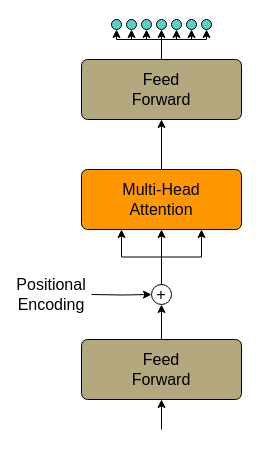
Above: report/attention classifier.drawio in brn-dev/mlpc-ue-2023-team-ugly (draw.io), before the change. Source tidied: cells renumbered, new cells numbered last; positions are measured from the earlier drawing's top-left corner, leaving out a move shared by most shapes. Both pictures are drawn from the tidied source at 100%, with x=0, y=0 at pixel (21, 19).
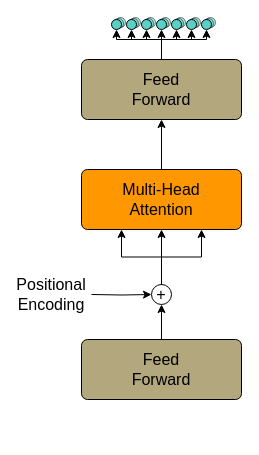
Above is the later version.

The change refers to these unchanged cells:
```xml
<mxCell id="5" value="Feed&lt;br&gt;Forward" style="rounded=1;whiteSpace=wrap;html=1;arcSize=10;strokeColor=#000000;fillColor=#B3A77D;fontSize=16;" parent="1" vertex="1">
  <mxGeometry x="60" y="320" width="160" height="60" as="geometry" />
</mxCell>
```

The edit, as a diff of the source:
```diff
@@
+    <mxCell id="28" style="ellipse;whiteSpace=wrap;html=1;strokeColor=#000000;fontSize=16;fillColor=#59D1C6;fillOpacity=50;strokeOpacity=50;" parent="1" vertex="1">
+      <mxGeometry x="139" y="-2" width="10" height="10" as="geometry" />
+    </mxCell>
+    <mxCell id="29" style="ellipse;whiteSpace=wrap;html=1;strokeColor=#000000;fontSize=16;fillColor=#59D1C6;fillOpacity=50;strokeOpacity=50;" parent="1" vertex="1">
+      <mxGeometry x="154" y="-2" width="10" height="10" as="geometry" />
+    </mxCell>
+    <mxCell id="30" style="ellipse;whiteSpace=wrap;html=1;strokeColor=#000000;fontSize=16;fillColor=#59D1C6;fillOpacity=50;strokeOpacity=50;" parent="1" vertex="1">
+      <mxGeometry x="124" y="-2" width="10" height="10" as="geometry" />
+    </mxCell>
+    <mxCell id="31" style="ellipse;whiteSpace=wrap;html=1;strokeColor=#000000;fontSize=16;fillColor=#59D1C6;fillOpacity=50;strokeOpacity=50;" parent="1" vertex="1">
+      <mxGeometry x="109" y="-2" width="10" height="10" as="geometry" />
+    </mxCell>
+    <mxCell id="32" style="ellipse;whiteSpace=wrap;html=1;strokeColor=#000000;fontSize=16;fillColor=#59D1C6;fillOpacity=50;strokeOpacity=50;" parent="1" vertex="1">
+      <mxGeometry x="94" y="-2" width="10" height="10" as="geometry" />
+    </mxCell>
+    <mxCell id="33" style="ellipse;whiteSpace=wrap;html=1;strokeColor=#000000;fontSize=16;fillColor=#59D1C6;fillOpacity=50;strokeOpacity=50;" parent="1" vertex="1">
+      <mxGeometry x="169" y="-2" width="10" height="10" as="geometry" />
+    </mxCell>
+    <mxCell id="34" style="ellipse;whiteSpace=wrap;html=1;strokeColor=#000000;fontSize=16;fillColor=#59D1C6;fillOpacity=50;strokeOpacity=50;" parent="1" vertex="1">
+      <mxGeometry x="184" y="-2" width="10" height="10" as="geometry" />
+    </mxCell>
+    <mxCell id="35" style="ellipse;whiteSpace=wrap;html=1;strokeColor=#000000;fontSize=16;fillColor=#59D1C6;fillOpacity=50;strokeOpacity=50;" parent="1" vertex="1">
+      <mxGeometry x="137" y="-1" width="10" height="10" as="geometry" />
+    </mxCell>
+    <mxCell id="36" style="ellipse;whiteSpace=wrap;html=1;strokeColor=#000000;fontSize=16;fillColor=#59D1C6;fillOpacity=50;strokeOpacity=50;" parent="1" vertex="1">
+      <mxGeometry x="152" y="-1" width="10" height="10" as="geometry" />
+    </mxCell>
+    <mxCell id="37" style="ellipse;whiteSpace=wrap;html=1;strokeColor=#000000;fontSize=16;fillColor=#59D1C6;fillOpacity=50;strokeOpacity=50;" parent="1" vertex="1">
+      <mxGeometry x="122" y="-1" width="10" height="10" as="geometry" />
+    </mxCell>
+    <mxCell id="38" style="ellipse;whiteSpace=wrap;html=1;strokeColor=#000000;fontSize=16;fillColor=#59D1C6;fillOpacity=50;strokeOpacity=50;" parent="1" vertex="1">
+      <mxGeometry x="107" y="-1" width="10" height="10" as="geometry" />
+    </mxCell>
+    <mxCell id="39" style="ellipse;whiteSpace=wrap;html=1;strokeColor=#000000;fontSize=16;fillColor=#59D1C6;fillOpacity=50;strokeOpacity=50;" parent="1" vertex="1">
+      <mxGeometry x="92" y="-1" width="10" height="10" as="geometry" />
+    </mxCell>
+    <mxCell id="40" style="ellipse;whiteSpace=wrap;html=1;strokeColor=#000000;fontSize=16;fillColor=#59D1C6;fillOpacity=50;strokeOpacity=50;" parent="1" vertex="1">
+      <mxGeometry x="167" y="-1" width="10" height="10" as="geometry" />
+    </mxCell>
+    <mxCell id="41" style="ellipse;whiteSpace=wrap;html=1;strokeColor=#000000;fontSize=16;fillColor=#59D1C6;fillOpacity=50;strokeOpacity=50;" parent="1" vertex="1">
+      <mxGeometry x="182" y="-1" width="10" height="10" as="geometry" />
+    </mxCell>
@@
-    <mxCell id="27" style="edgeStyle=orthogonalEdgeStyle;rounded=0;jettySize=auto;html=1;entryX=0.5;entryY=1;entryDx=0;entryDy=0;fontSize=16;" parent="1" edge="1" target="5">
-      <mxGeometry relative="1" as="geometry">
-        <mxPoint x="140" y="410" as="sourcePoint" />
-      </mxGeometry>
-    </mxCell>
```
